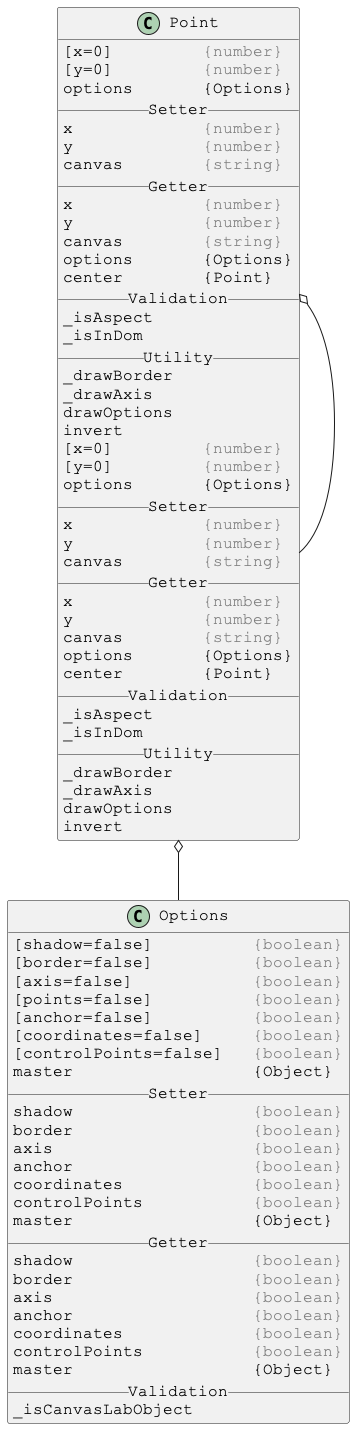
This is docs/PlantUml/images/linked/Point-linked.png from Justin-Byrne/canvasLab, a PlantUML export, as it was before one commit.
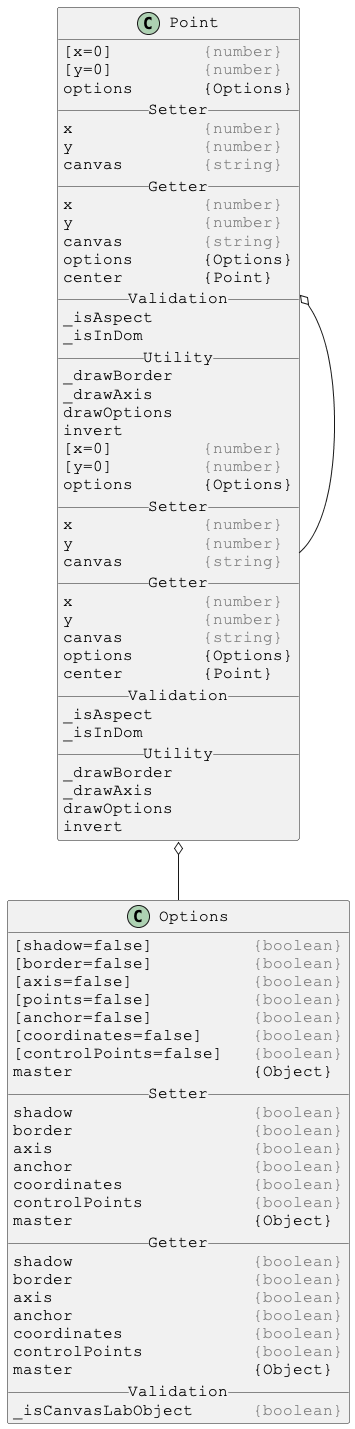
The same file after the commit.

The edit, as a diff of the source:
```diff
@@ -61,7 +61,7 @@
 controlPoints           <color:gray>{boolean}</color>
 master                  {Object}
 __ Validation __
-_isCanvasLabObject
+_isCanvasLabObject      <color:gray>{boolean}</color>
 }
 
 
```
